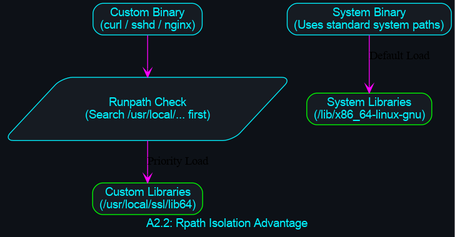
This is diagrams/compilations/lesson_rpath_isolation.png from danindiana/hybrid-framework, a Graphviz export, as it was before one commit. Its source is kept beside it as diagrams/compilations/lesson_rpath_isolation.dot.
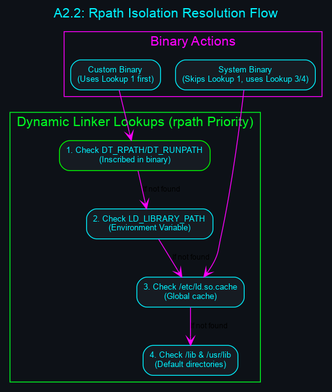
Above is the later version.

The edit, as a diff of the source:
```diff
@@ -1,15 +1,30 @@
 digraph LessonRpath {
-        graph [bgcolor="#0d1117", fontname="Helvetica", fontcolor="#00f2ff", label="A2.2: Rpath Isolation Advantage"];
-        node [shape=box, style="filled,rounded", color="#00f2ff", fontcolor="#00f2ff", fillcolor="#161b22", fontname="Helvetica"];
-        edge [color="#ff00ff", arrowhead=vee];
+        graph [bgcolor="#0d1117", fontname="Helvetica", fontcolor="#00f2ff", label="A2.2: Rpath Isolation Resolution Flow", labelloc="t", fontsize=16];
+        node [shape=box, style="filled,rounded", color="#00f2ff", fontcolor="#00f2ff", fillcolor="#161b22", fontname="Helvetica", fontsize=10];
+        edge [color="#ff00ff", arrowhead=vee, fontname="Helvetica", fontsize=9];
 
-        Custom_Bin [label="Custom Binary\n(curl / sshd / nginx)"];
-        Rpath_Lookup [label="Runpath Check\n(Search /usr/local/... first)", shape=parallelogram];
-        System_Bin [label="System Binary\n(Uses standard system paths)"];
-        System_Libs [label="System Libraries\n(/lib/x86_64-linux-gnu)", color="#00ff00"];
-        Custom_Libs [label="Custom Libraries\n(/usr/local/ssl/lib64)", color="#00ff00"];
+        subgraph cluster_rpath_mechanisms {
+            label = "Dynamic Linker Lookups (rpath Priority)";
+            color = "#00ff22";
+            fontcolor = "#00ff22";
+            Lookup_1 [label="1. Check DT_RPATH/DT_RUNPATH\n(Inscribed in binary)", color="#00ff00"];
+            Lookup_2 [label="2. Check LD_LIBRARY_PATH\n(Environment Variable)"];
+            Lookup_3 [label="3. Check /etc/ld.so.cache\n(Global cache)"];
+            Lookup_4 [label="4. Check /lib & /usr/lib\n(Default directories)"];
 
-        Custom_Bin -> Rpath_Lookup;
-        Rpath_Lookup -> Custom_Libs [label="Priority Load"];
-        System_Bin -> System_Libs [label="Default Load"];
+            Lookup_1 -> Lookup_2 [label="If not found"];
+            Lookup_2 -> Lookup_3 [label="If not found"];
+            Lookup_3 -> Lookup_4 [label="If not found"];
+        }
+
+        subgraph cluster_resolved_binary {
+            label = "Binary Actions";
+            color = "#ff00ff";
+            fontcolor = "#ff00ff";
+            Custom_Bin [label="Custom Binary\n(Uses Lookup 1 first)"];
+            System_Bin [label="System Binary\n(Skips Lookup 1, uses Lookup 3/4)"];
+        }
+
+        Custom_Bin -> Lookup_1;
+        System_Bin -> Lookup_3;
     }
```
